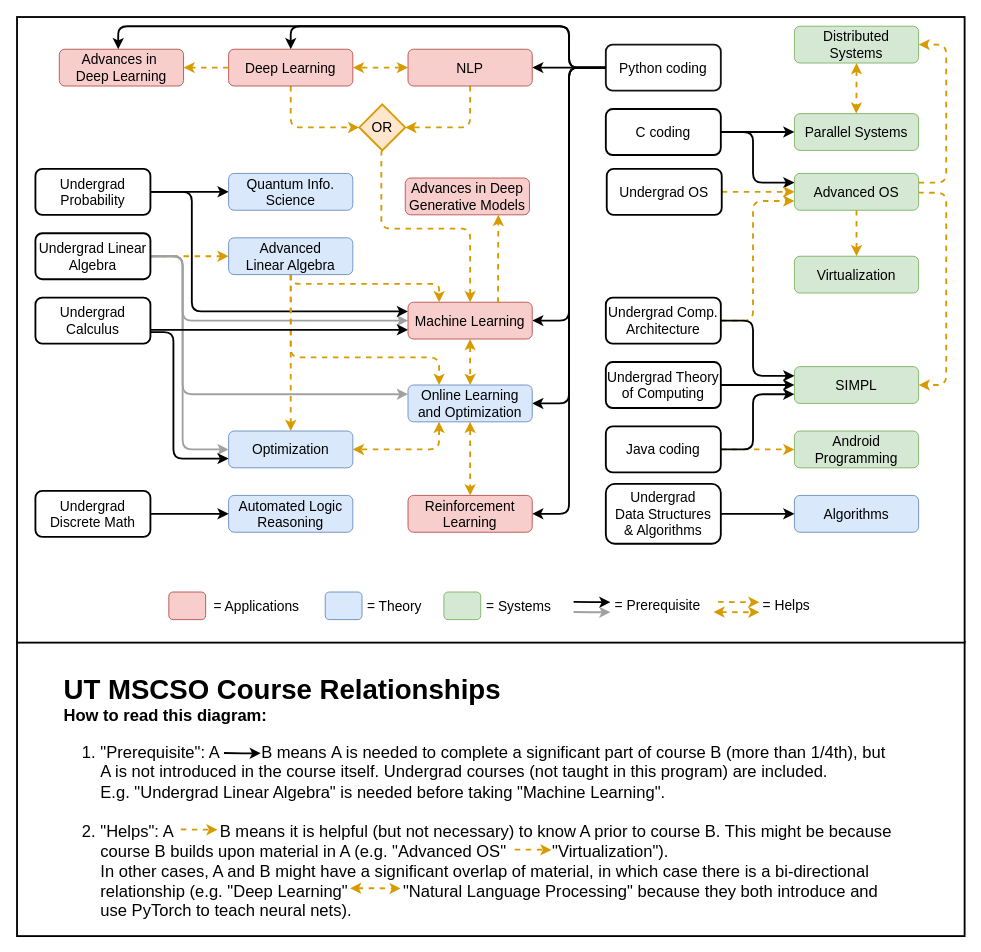
This is src/assets/images/course-map/UT MSCSO Course Relations - Apr 2026.drawio from andmikey/MSCSHub, a draw.io file, before an edit. Source tidied: cells renumbered, new cells numbered last; positions are measured from the earlier drawing's top-left corner, leaving out a move shared by most shapes. Both pictures are drawn from the tidied source at 92%, with x=0, y=0 at pixel (17, 17).
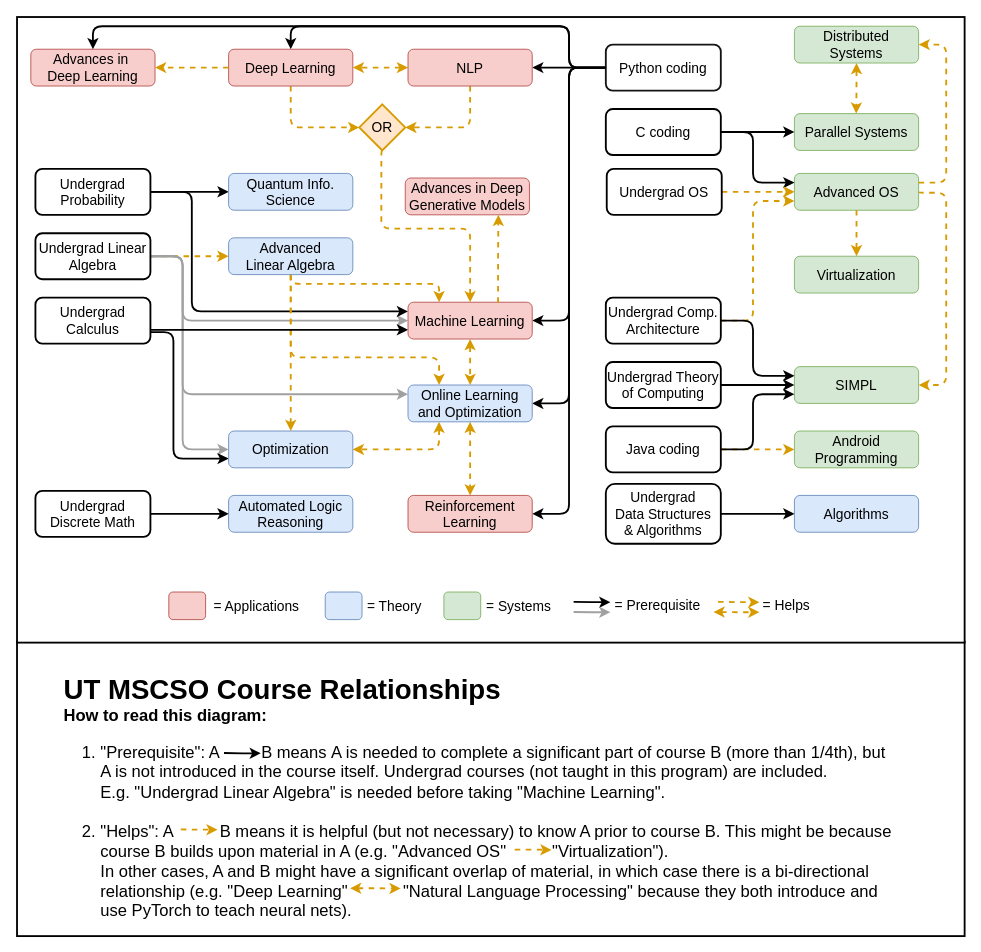
After the change.

Commit message (it also covers changes not shown here):
Align the ADL box with undergrad boxes

The change refers to these unchanged cells:
```xml
<mxCell id="15" value="Python coding" style="rounded=1;whiteSpace=wrap;html=1;fontSize=15;strokeWidth=2;strokeColor=#141414;" parent="1" vertex="1">
  <mxGeometry x="640" y="30" width="125" height="50" as="geometry" />
</mxCell>
```

Change to the diagram source:
```diff
@@
     <mxCell id="82" value="&lt;div&gt;&lt;font style=&quot;font-size: 15px&quot;&gt;Advances in&amp;nbsp;&lt;/font&gt;&lt;/div&gt;&lt;div&gt;&lt;font style=&quot;font-size: 15px&quot;&gt;Deep Learning&lt;/font&gt;&lt;/div&gt;" style="rounded=1;whiteSpace=wrap;html=1;fillColor=#f8cecc;strokeColor=#b85450;strokeWidth=1;" parent="1" vertex="1">
-      <mxGeometry x="46" y="35" width="135" height="40" as="geometry" />
+      <mxGeometry x="15" y="35" width="135" height="40" as="geometry" />
     </mxCell>
@@
-    <mxCell id="90" style="edgeStyle=orthogonalEdgeStyle;rounded=1;jettySize=auto;html=1;entryX=0.5;entryY=0;entryDx=0;entryDy=0;fontSize=15;startArrow=none;startFill=0;strokeColor=#000000;strokeWidth=2;elbow=vertical;exitX=0;exitY=0.5;exitDx=0;exitDy=0;" parent="1" edge="1" source="15">
+    <mxCell id="90" style="edgeStyle=orthogonalEdgeStyle;rounded=1;jettySize=auto;html=1;entryX=0.5;entryY=0;entryDx=0;entryDy=0;fontSize=15;startArrow=none;startFill=0;strokeColor=#000000;strokeWidth=2;elbow=vertical;exitX=0;exitY=0.5;exitDx=0;exitDy=0;" parent="1" edge="1" source="15" target="82">
       <mxGeometry relative="1" as="geometry">
-        <mxPoint x="110" y="35" as="targetPoint" />
         <Array as="points">
           <mxPoint x="600" y="55" />
           <mxPoint x="600" y="10" />
-          <mxPoint x="110" y="10" />
+          <mxPoint x="83" y="10" />
+          <mxPoint x="83" y="35" />
         </Array>
       </mxGeometry>
     </mxCell>
```
